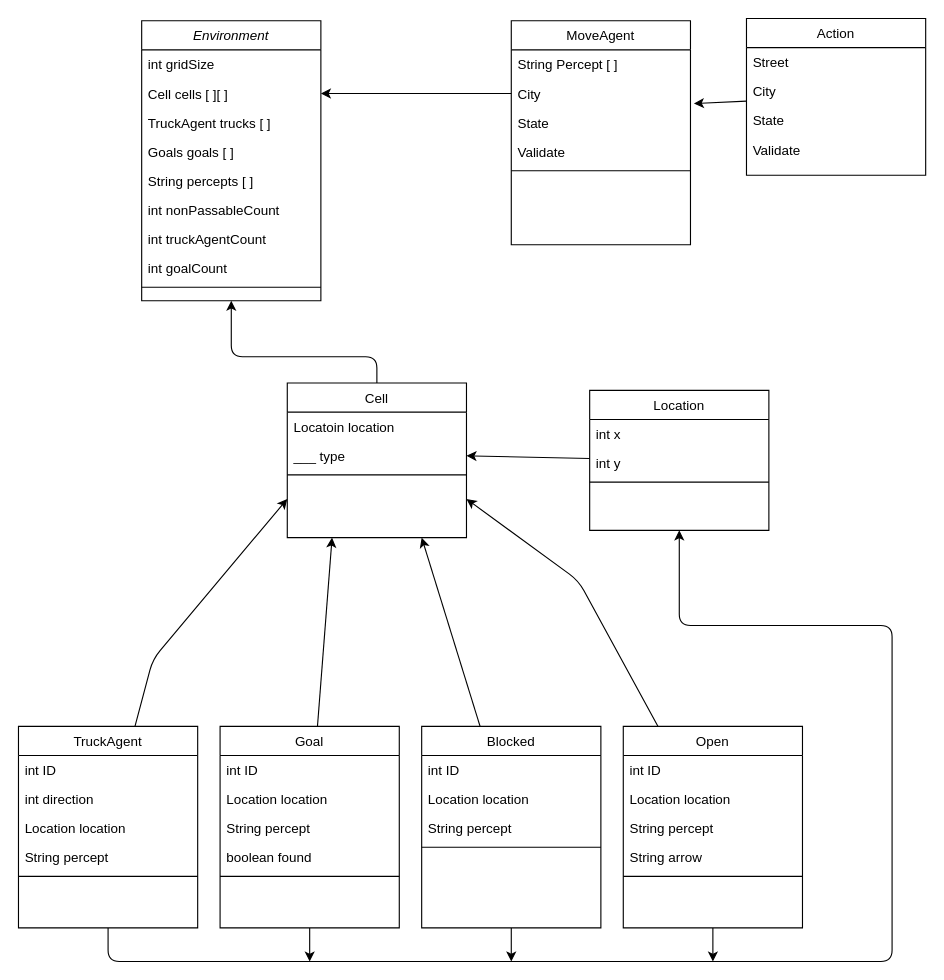
Above: Architecture.drawio in shelleyyyyy/AIProjectGameEngine (draw.io), before the change. Source tidied: cells renumbered, new cells numbered last; positions are measured from the earlier drawing's top-left corner, leaving out a move shared by most shapes. Both pictures are drawn from the tidied source at 112%, with x=0, y=0 at pixel (18, 18).
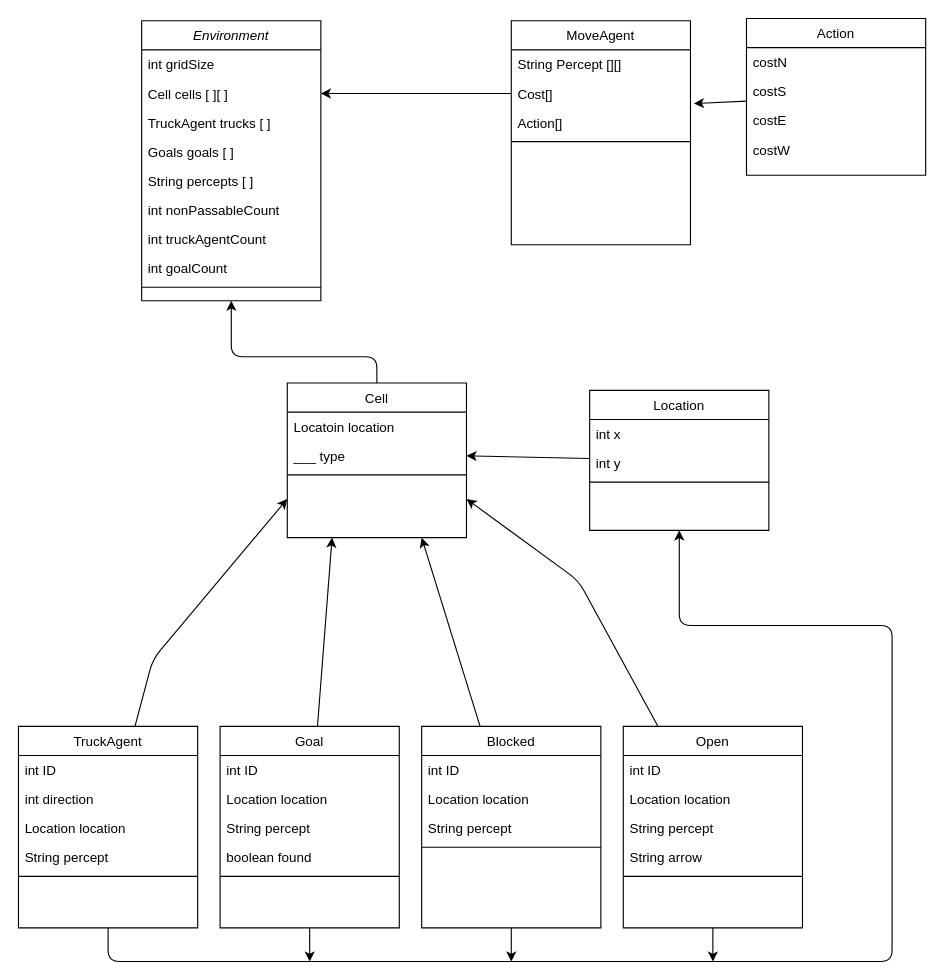
After the change.

Commit message:
fix moveagent action

Unchanged cells that the change refers to:
```xml
<mxCell id="22" value="MoveAgent" style="swimlane;fontStyle=0;align=center;verticalAlign=top;horizontal=1;startSize=26;rounded=0;shadow=0;strokeWidth=1;" parent="1" vertex="1">
  <mxGeometry x="440" y="2" width="160" height="200" as="geometry" />
</mxCell>
<mxCell id="30" value="Action" style="swimlane;fontStyle=0;align=center;verticalAlign=top;horizontal=1;startSize=26;rounded=0;shadow=0;strokeWidth=1;" parent="1" vertex="1">
  <mxGeometry x="650" width="160" height="140" as="geometry" />
</mxCell>
```

Diff of the diagram source:
```diff
@@
-    <mxCell id="23" value="String Percept [ ]" style="text;align=left;verticalAlign=top;spacingLeft=4;spacingRight=4;overflow=hidden;" parent="22" vertex="1">
+    <mxCell id="23" value="String Percept [][]" style="text;align=left;verticalAlign=top;spacingLeft=4;spacingRight=4;overflow=hidden;" parent="22" vertex="1">
       <mxGeometry y="26" width="160" height="26" as="geometry" />
     </mxCell>
-    <mxCell id="24" value="City" style="text;align=left;verticalAlign=top;spacingLeft=4;spacingRight=4;overflow=hidden;points=[[0,0.5],[1,0.5]];portConstraint=eastwest;rounded=0;shadow=0;html=0;" parent="22" vertex="1">
+    <mxCell id="24" value="Cost[]" style="text;align=left;verticalAlign=top;spacingLeft=4;spacingRight=4;overflow=hidden;points=[[0,0.5],[1,0.5]];portConstraint=eastwest;rounded=0;shadow=0;html=0;" parent="22" vertex="1">
       <mxGeometry y="52" width="160" height="26" as="geometry" />
     </mxCell>
-    <mxCell id="25" value="State" style="text;align=left;verticalAlign=top;spacingLeft=4;spacingRight=4;overflow=hidden;rounded=0;shadow=0;html=0;" parent="22" vertex="1">
+    <mxCell id="25" value="Action[]" style="text;align=left;verticalAlign=top;spacingLeft=4;spacingRight=4;overflow=hidden;rounded=0;shadow=0;html=0;" parent="22" vertex="1">
       <mxGeometry y="78" width="160" height="26" as="geometry" />
     </mxCell>
-    <mxCell id="26" value="Validate" style="text;align=left;verticalAlign=top;spacingLeft=4;spacingRight=4;overflow=hidden;" parent="22" vertex="1">
-      <mxGeometry y="104" width="160" height="26" as="geometry" />
-    </mxCell>
     <mxCell id="27" style="line;html=1;strokeWidth=1;align=left;verticalAlign=middle;spacingTop=-1;spacingLeft=3;spacingRight=3;labelPosition=right;" parent="22" vertex="1">
-      <mxGeometry y="130" width="160" height="8" as="geometry" />
+      <mxGeometry y="104" width="160" height="8" as="geometry" />
     </mxCell>
@@
-    <mxCell id="31" value="Street" style="text;align=left;verticalAlign=top;spacingLeft=4;spacingRight=4;overflow=hidden;" parent="30" vertex="1">
+    <mxCell id="31" value="costN" style="text;align=left;verticalAlign=top;spacingLeft=4;spacingRight=4;overflow=hidden;" parent="30" vertex="1">
       <mxGeometry y="26" width="160" height="26" as="geometry" />
     </mxCell>
-    <mxCell id="32" value="City" style="text;align=left;verticalAlign=top;spacingLeft=4;spacingRight=4;overflow=hidden;rounded=0;shadow=0;html=0;" parent="30" vertex="1">
+    <mxCell id="32" value="costS" style="text;align=left;verticalAlign=top;spacingLeft=4;spacingRight=4;overflow=hidden;rounded=0;shadow=0;html=0;" parent="30" vertex="1">
       <mxGeometry y="52" width="160" height="26" as="geometry" />
     </mxCell>
-    <mxCell id="33" value="State" style="text;align=left;verticalAlign=top;spacingLeft=4;spacingRight=4;overflow=hidden;rounded=0;shadow=0;html=0;" parent="30" vertex="1">
+    <mxCell id="33" value="costE" style="text;align=left;verticalAlign=top;spacingLeft=4;spacingRight=4;overflow=hidden;rounded=0;shadow=0;html=0;" parent="30" vertex="1">
       <mxGeometry y="78" width="160" height="26" as="geometry" />
     </mxCell>
-    <mxCell id="34" value="Validate" style="text;align=left;verticalAlign=top;spacingLeft=4;spacingRight=4;overflow=hidden;" parent="30" vertex="1">
+    <mxCell id="34" value="costW" style="text;align=left;verticalAlign=top;spacingLeft=4;spacingRight=4;overflow=hidden;" parent="30" vertex="1">
       <mxGeometry y="104" width="160" height="26" as="geometry" />
     </mxCell>
```
